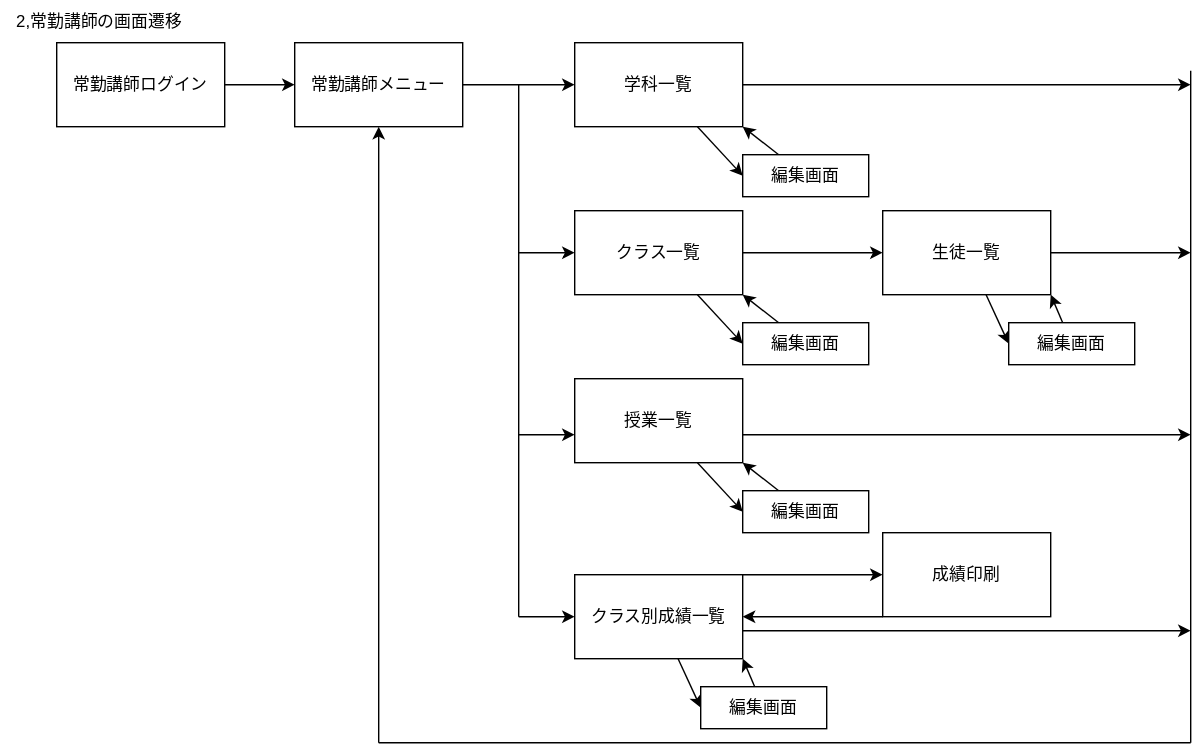
Above: teamG4.drawio.svg in Skypeace8585/uml-introduction (draw.io), before the change. Source tidied: cells renumbered, new cells last; positions are measured from the earlier drawing's top-left corner, leaving out a move shared by most shapes.
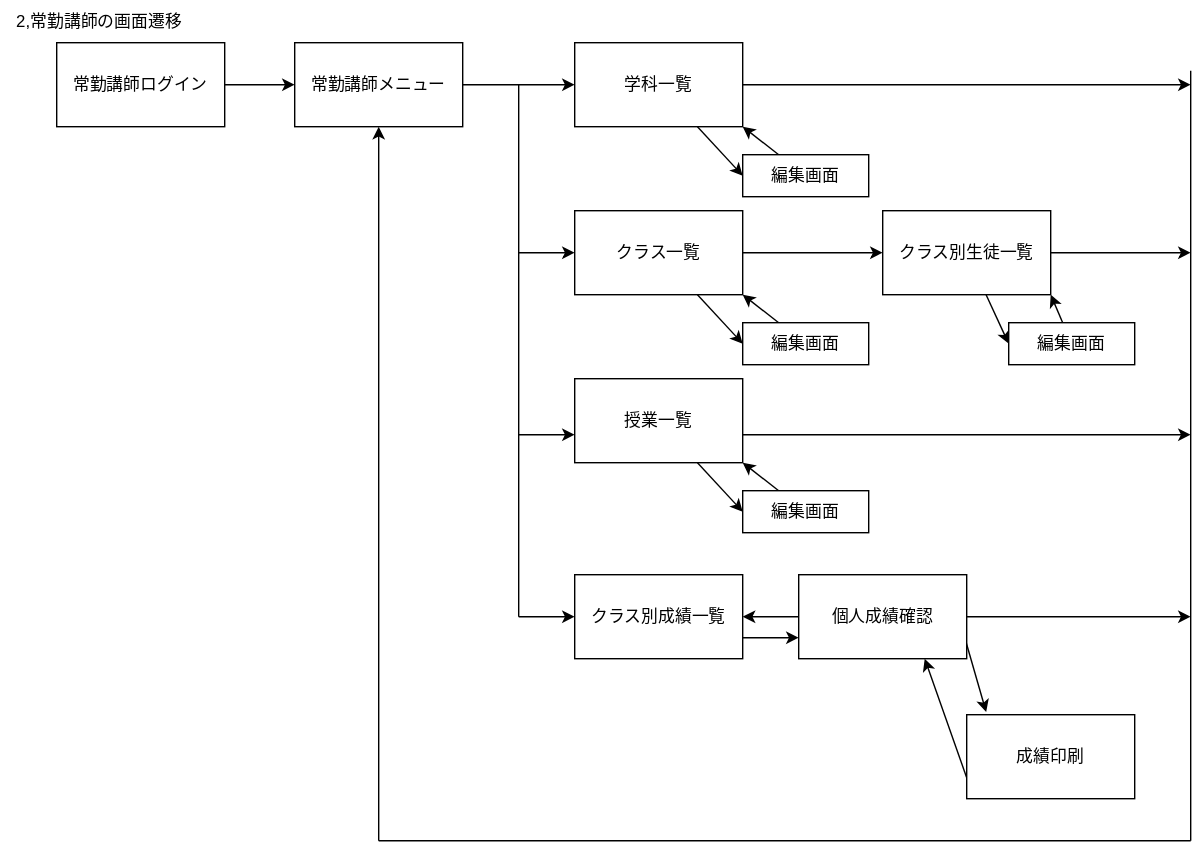
Above is the later version.

The edit, as a diff of the source:
```diff
@@ -73,7 +73,7 @@
     <mxCell id="19" style="endArrow=none;html=1;" parent="1" edge="1">
       <mxGeometry relative="1" as="geometry">
         <mxPoint x="850" y="50" as="sourcePoint" />
-        <mxPoint x="850" y="530" as="targetPoint" />
+        <mxPoint x="850" y="600" as="targetPoint" />
         <Array as="points">
           <mxPoint x="850" y="210" />
         </Array>
@@ -81,13 +81,13 @@
     </mxCell>
     <mxCell id="20" style="endArrow=none;html=1;" parent="1" edge="1">
       <mxGeometry relative="1" as="geometry">
-        <mxPoint x="270" y="530" as="sourcePoint" />
-        <mxPoint x="850" y="530" as="targetPoint" />
+        <mxPoint x="270" y="600" as="sourcePoint" />
+        <mxPoint x="850" y="600" as="targetPoint" />
       </mxGeometry>
     </mxCell>
     <mxCell id="21" style="endArrow=classic;html=1;entryX=0.5;entryY=1;entryDx=0;entryDy=0;" parent="1" edge="1" target="6">
       <mxGeometry relative="1" as="geometry">
-        <mxPoint x="270" y="530" as="sourcePoint" />
+        <mxPoint x="270" y="600" as="sourcePoint" />
       </mxGeometry>
     </mxCell>
     <mxCell id="22" style="edgeStyle=none;html=1;entryX=1;entryY=1;entryDx=0;entryDy=0;" parent="1" edge="1" source="23" target="9">
@@ -116,7 +116,7 @@
     <mxCell id="29" style="edgeStyle=none;html=1;entryX=0;entryY=0.5;entryDx=0;entryDy=0;" parent="1" edge="1" source="30" target="32">
       <mxGeometry relative="1" as="geometry" />
     </mxCell>
-    <mxCell id="30" value="生徒一覧" style="rounded=0;whiteSpace=wrap;html=1;" parent="1" vertex="1">
+    <mxCell id="30" value="クラス別生徒一覧" style="rounded=0;whiteSpace=wrap;html=1;" parent="1" vertex="1">
       <mxGeometry x="630" y="150" width="120" height="60" as="geometry" />
     </mxCell>
     <mxCell id="31" style="edgeStyle=none;html=1;entryX=1;entryY=1;entryDx=0;entryDy=0;" parent="1" edge="1" source="32" target="30">
@@ -125,20 +125,11 @@
     <mxCell id="32" value="編集画面" style="rounded=0;whiteSpace=wrap;html=1;" parent="1" vertex="1">
       <mxGeometry x="720" y="230" width="90" height="30" as="geometry" />
     </mxCell>
-    <mxCell id="33" style="edgeStyle=none;html=1;entryX=0;entryY=0.5;entryDx=0;entryDy=0;" parent="1" edge="1" source="36" target="39">
-      <mxGeometry relative="1" as="geometry" />
-    </mxCell>
-    <mxCell id="34" style="edgeStyle=none;html=1;entryX=0;entryY=0.5;entryDx=0;entryDy=0;" parent="1" edge="1" target="41">
-      <mxGeometry relative="1" as="geometry">
-        <mxPoint x="530" y="410" as="sourcePoint" />
-      </mxGeometry>
-    </mxCell>
-    <mxCell id="35" style="edgeStyle=none;html=1;" parent="1" edge="1">
-      <mxGeometry relative="1" as="geometry">
-        <mxPoint x="530" y="450" as="sourcePoint" />
-        <mxPoint x="850" y="450" as="targetPoint" />
-      </mxGeometry>
-    </mxCell>
+    <mxCell id="42" style="edgeStyle=none;html=1;entryX=0;entryY=0.75;entryDx=0;entryDy=0;" parent="1" edge="1" target="47">
+      <mxGeometry relative="1" as="geometry">
+        <mxPoint x="530" y="455" as="sourcePoint" />
+      </mxGeometry>
+    </mxCell>
     <mxCell id="36" value="クラス別成績一覧" style="rounded=0;whiteSpace=wrap;html=1;" parent="1" vertex="1">
       <mxGeometry x="410" y="410" width="120" height="60" as="geometry" />
     </mxCell>
@@ -147,17 +138,27 @@
         <mxPoint x="370" y="440" as="sourcePoint" />
       </mxGeometry>
     </mxCell>
-    <mxCell id="38" style="edgeStyle=none;html=1;entryX=1;entryY=1;entryDx=0;entryDy=0;" parent="1" edge="1" source="39" target="36">
-      <mxGeometry relative="1" as="geometry" />
-    </mxCell>
-    <mxCell id="39" value="編集画面" style="rounded=0;whiteSpace=wrap;html=1;" parent="1" vertex="1">
-      <mxGeometry x="500" y="490" width="90" height="30" as="geometry" />
-    </mxCell>
-    <mxCell id="40" style="edgeStyle=none;html=1;entryX=1;entryY=0.5;entryDx=0;entryDy=0;exitX=0;exitY=1;exitDx=0;exitDy=0;" parent="1" edge="1" source="41" target="36">
-      <mxGeometry relative="1" as="geometry" />
-    </mxCell>
+    <mxCell id="43" style="edgeStyle=none;html=1;entryX=0.75;entryY=1;entryDx=0;entryDy=0;exitX=0;exitY=0.75;exitDx=0;exitDy=0;" parent="1" edge="1" source="41" target="47">
+      <mxGeometry relative="1" as="geometry" />
+    </mxCell>
     <mxCell id="41" value="成績印刷" style="rounded=0;whiteSpace=wrap;html=1;" parent="1" vertex="1">
-      <mxGeometry x="630" y="380" width="120" height="60" as="geometry" />
+      <mxGeometry x="690" y="510" width="120" height="60" as="geometry" />
     </mxCell>
+    <mxCell id="44" style="edgeStyle=none;html=1;entryX=0.116;entryY=-0.031;entryDx=0;entryDy=0;entryPerimeter=0;" parent="1" edge="1" target="41">
+      <mxGeometry relative="1" as="geometry">
+        <mxPoint x="680" y="425" as="sourcePoint" />
+      </mxGeometry>
+    </mxCell>
+    <mxCell id="45" style="edgeStyle=none;html=1;" parent="1" edge="1" source="47">
+      <mxGeometry relative="1" as="geometry">
+        <mxPoint x="850" y="440" as="targetPoint" />
+      </mxGeometry>
+    </mxCell>
+    <mxCell id="46" style="edgeStyle=none;html=1;entryX=1;entryY=0.5;entryDx=0;entryDy=0;" parent="1" edge="1" source="47" target="36">
+      <mxGeometry relative="1" as="geometry" />
+    </mxCell>
+    <mxCell id="47" value="個人成績確認" style="rounded=0;whiteSpace=wrap;html=1;" parent="1" vertex="1">
+      <mxGeometry x="570" y="410" width="120" height="60" as="geometry" />
+    </mxCell>
   </root>
 </mxGraphModel>
```
